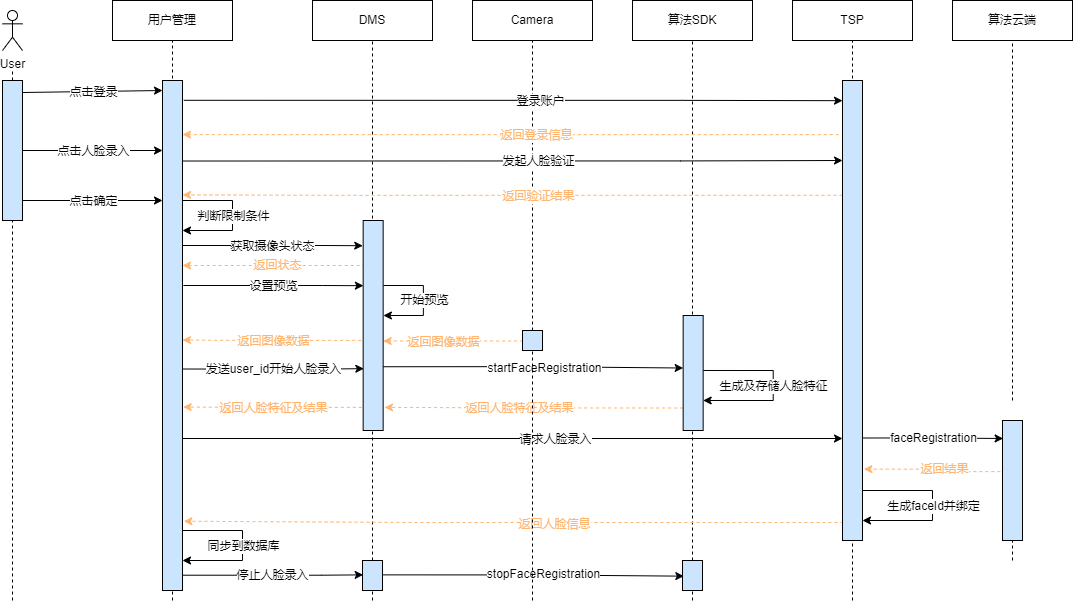
Above: x9hp/人脸录入时序图.png in notigit/Image (draw.io), before the change. Source tidied: cells renumbered, new cells last; positions are measured from the earlier drawing's top-left corner, leaving out a move shared by most shapes.
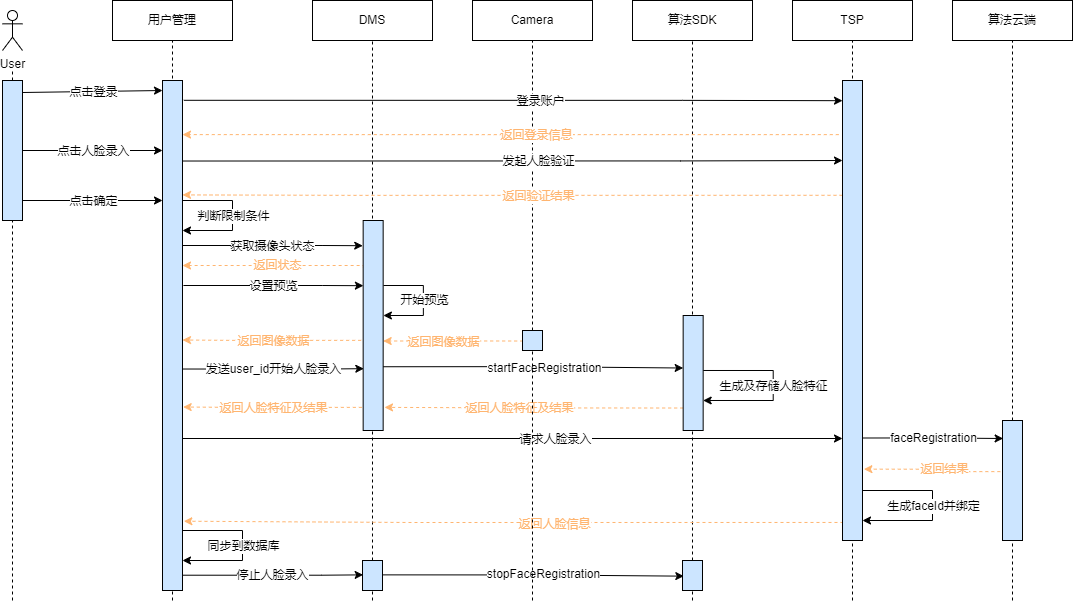
The same file after the commit.

Commit message:
更新人脸录入时序图.png

What changed in the source:
```diff
@@ -128,10 +128,8 @@
     <mxCell id="27" value="算法云端" style="rounded=0;whiteSpace=wrap;html=1;" parent="1" vertex="1">
       <mxGeometry x="950" width="120" height="40" as="geometry" />
     </mxCell>
-    <mxCell id="28" style="endArrow=none;dashed=1;html=1;rounded=0;startArrow=none;entryX=0.5;entryY=1;entryDx=0;entryDy=0;" parent="1" edge="1" target="27">
-      <mxGeometry relative="1" as="geometry">
-        <mxPoint x="1010" y="400" as="sourcePoint" />
-      </mxGeometry>
+    <mxCell id="28" style="endArrow=none;dashed=1;html=1;rounded=0;startArrow=none;entryX=0.5;entryY=1;entryDx=0;entryDy=0;exitX=0.5;exitY=0;exitDx=0;exitDy=0;" parent="1" edge="1" source="33" target="27">
+      <mxGeometry relative="1" as="geometry" />
     </mxCell>
     <mxCell id="29" style="edgeStyle=orthogonalEdgeStyle;rounded=0;orthogonalLoop=1;jettySize=auto;html=1;exitX=0;exitY=0.75;exitDx=0;exitDy=0;entryX=1.067;entryY=0.871;entryDx=0;entryDy=0;entryPerimeter=0;fontColor=#000000;strokeColor=#FFB570;dashed=1;" parent="1" edge="1">
       <mxGeometry relative="1" as="geometry">
@@ -166,7 +164,7 @@
     </mxCell>
     <mxCell id="34" style="endArrow=none;dashed=1;html=1;rounded=0;startArrow=none;entryX=0.5;entryY=1;entryDx=0;entryDy=0;" parent="1" edge="1" target="33">
       <mxGeometry relative="1" as="geometry">
-        <mxPoint x="1010" y="560" as="sourcePoint" />
+        <mxPoint x="1010" y="600" as="sourcePoint" />
       </mxGeometry>
     </mxCell>
     <mxCell id="35" style="edgeStyle=orthogonalEdgeStyle;rounded=0;jettySize=auto;html=1;exitX=-0.108;exitY=0.426;exitDx=0;exitDy=0;fontColor=#000000;strokeColor=#FFB570;dashed=1;exitPerimeter=0;entryX=1.069;entryY=0.826;entryDx=0;entryDy=0;entryPerimeter=0;" parent="1" edge="1" source="33">
```
